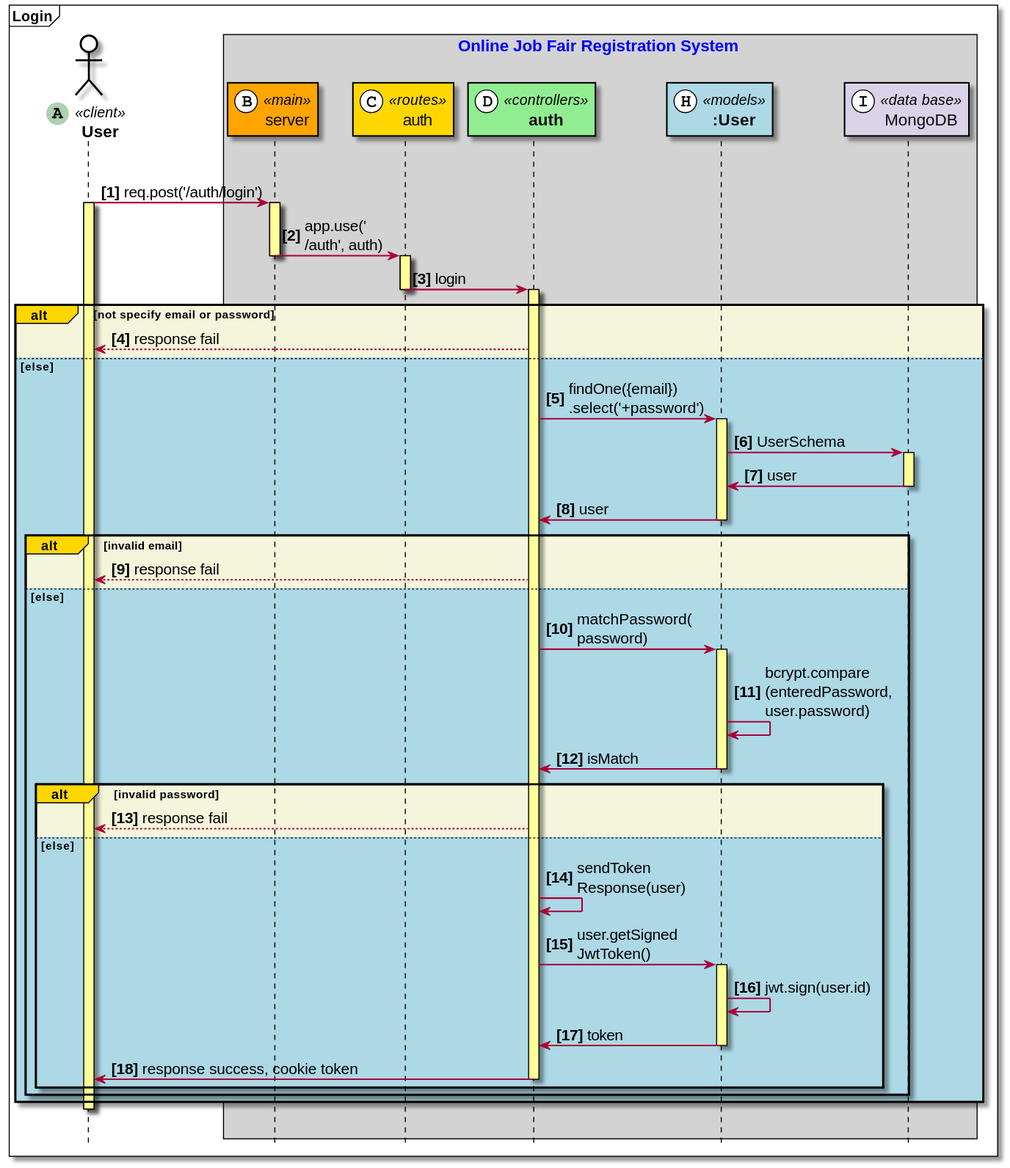
Earlier version of the PlantUML export doc_asset/diagrams/squence_diagrams/auth/login.svg (wisarootl/online-job-fair-registration). Its diagram source:
```plantuml
@startuml

hide footbox
skinparam sequenceArrowThickness 1.5
skinparam fontsize 50
autonumber 1 "<b>[###]"
skinparam component {
skinparam defaultFontSize 16
ArrowFontSize 15
}
Mainframe <b>Login</b>

actor "<b>User" as user <<(A,#ADD1B2)client>>#White
Box Online Job Fair Registration System #lightgrey
participant "server" as server <<(B,#FFFFFF)main>>#Orange
participant "auth" as rauth <<(C,#FFFFFF)routes>>#Gold
participant "<b>auth" as controllers_auth <<(D,#FFFFFF)controllers>>#LightGreen
participant "<b>:User" as models_User <<(H,#FFFFFF)models>>#LightBlue
participant "MongoDB" as mongo <<(I,#FFFFFF)data base>>#d9d2e9
end box

|||
user->server: req.post('/auth/login')
Activate user
Activate server
server->rauth: app.use('\n/auth', auth)
DeActivate server
Activate rauth
rauth->controllers_auth: login
DeActivate rauth
Activate controllers_auth
Alt#Gold #Beige not specify email or password
controllers_auth-->user: response fail
Else #LightBlue else
controllers_auth->models_User: findOne({email})\n.select('+password')
Activate models_User
models_User->mongo: UserSchema
Activate mongo
mongo->models_User: user
DeActivate mongo
models_User->controllers_auth: user
DeActivate models_User
Alt#Gold #Beige invalid email
controllers_auth-->user: response fail
Else #LightBlue else
controllers_auth->models_User: matchPassword(\npassword)
Activate models_User
models_User->models_User: bcrypt.compare\n(enteredPassword, \nuser.password)
models_User->controllers_auth: isMatch
DeActivate models_User
Alt#Gold #Beige invalid password
controllers_auth-->user: response fail
Else #LightBlue else
controllers_auth->controllers_auth: sendToken\nResponse(user)
controllers_auth->models_User: user.getSigned\nJwtToken()
Activate models_User
models_User->models_User: jwt.sign(user.id)
models_User->controllers_auth: token
DeActivate models_User
controllers_auth->user: response success, cookie token
DeActivate controllers_auth
End Alt
End Alt
End Alt
DeActivate user
|||


skinparam sequence {
BoxBorderColor Black
BoxFontColor Blue
BoxFontSize 16
LifeLineBorderColor Black
LifeLineBackgroundColor #FFFF99
ParticipantBorderColor Black
StereoTypeFontSize 14
ParticipantFontSize 16
ParticipantFontColor #0c0c0c
ActorBorderColor Black
ActorBackgroundColor White
ActorFontSize 16
ActorFontColor Black
}

@enduml
```
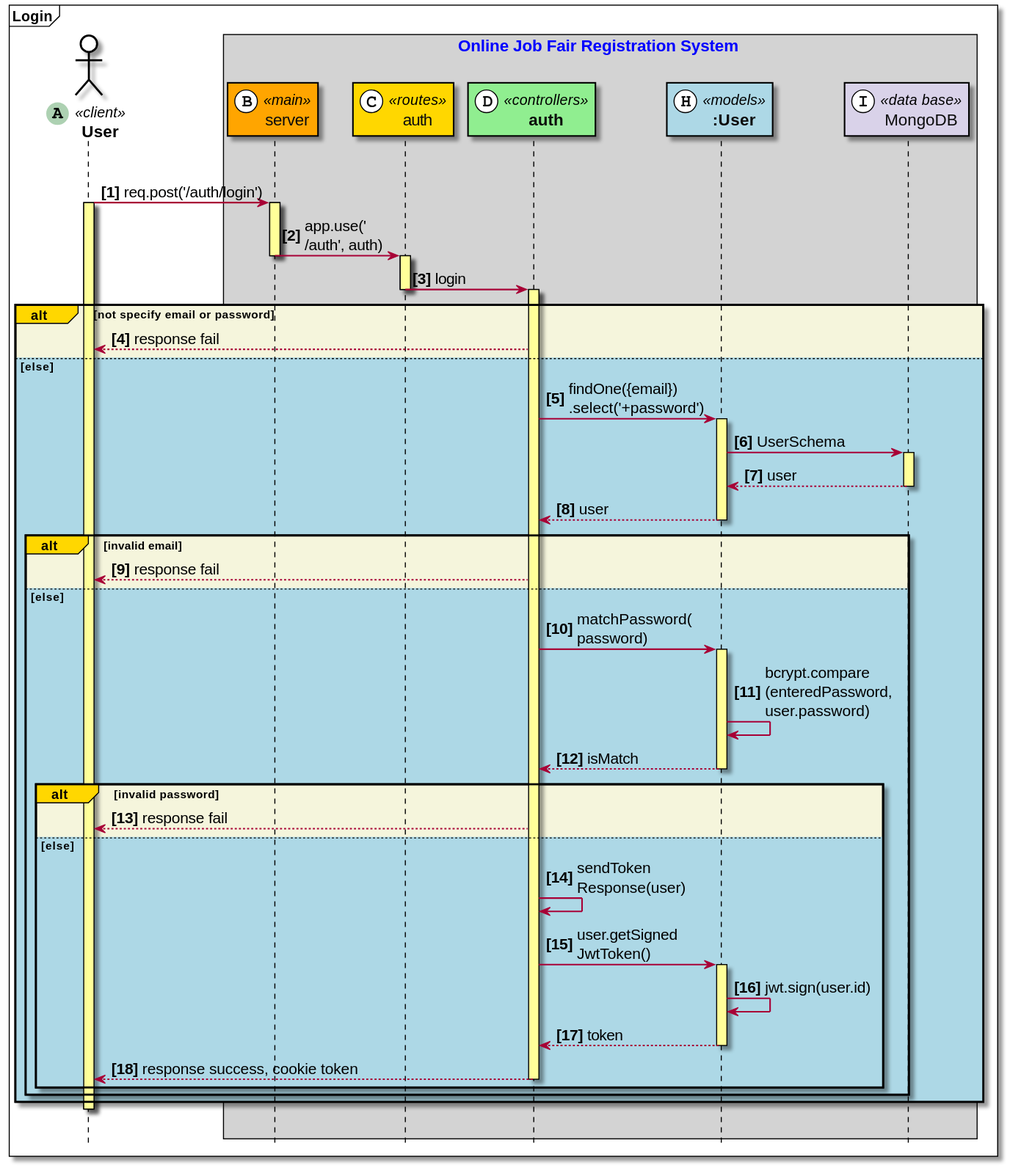
After the change.

What changed in the source:
```diff
@@ -36,9 +36,9 @@
 Activate models_User
 models_User->mongo: UserSchema
 Activate mongo
-mongo->models_User: user
+mongo-->models_User: user
 DeActivate mongo
-models_User->controllers_auth: user
+models_User-->controllers_auth: user
 DeActivate models_User
 Alt#Gold #Beige invalid email
 controllers_auth-->user: response fail
@@ -46,7 +46,7 @@
 controllers_auth->models_User: matchPassword(\npassword)
 Activate models_User
 models_User->models_User: bcrypt.compare\n(enteredPassword, \nuser.password)
-models_User->controllers_auth: isMatch
+models_User-->controllers_auth: isMatch
 DeActivate models_User
 Alt#Gold #Beige invalid password
 controllers_auth-->user: response fail
@@ -55,9 +55,9 @@
 controllers_auth->models_User: user.getSigned\nJwtToken()
 Activate models_User
 models_User->models_User: jwt.sign(user.id)
-models_User->controllers_auth: token
+models_User-->controllers_auth: token
 DeActivate models_User
-controllers_auth->user: response success, cookie token
+controllers_auth-->user: response success, cookie token
 DeActivate controllers_auth
 End Alt
 End Alt
```
